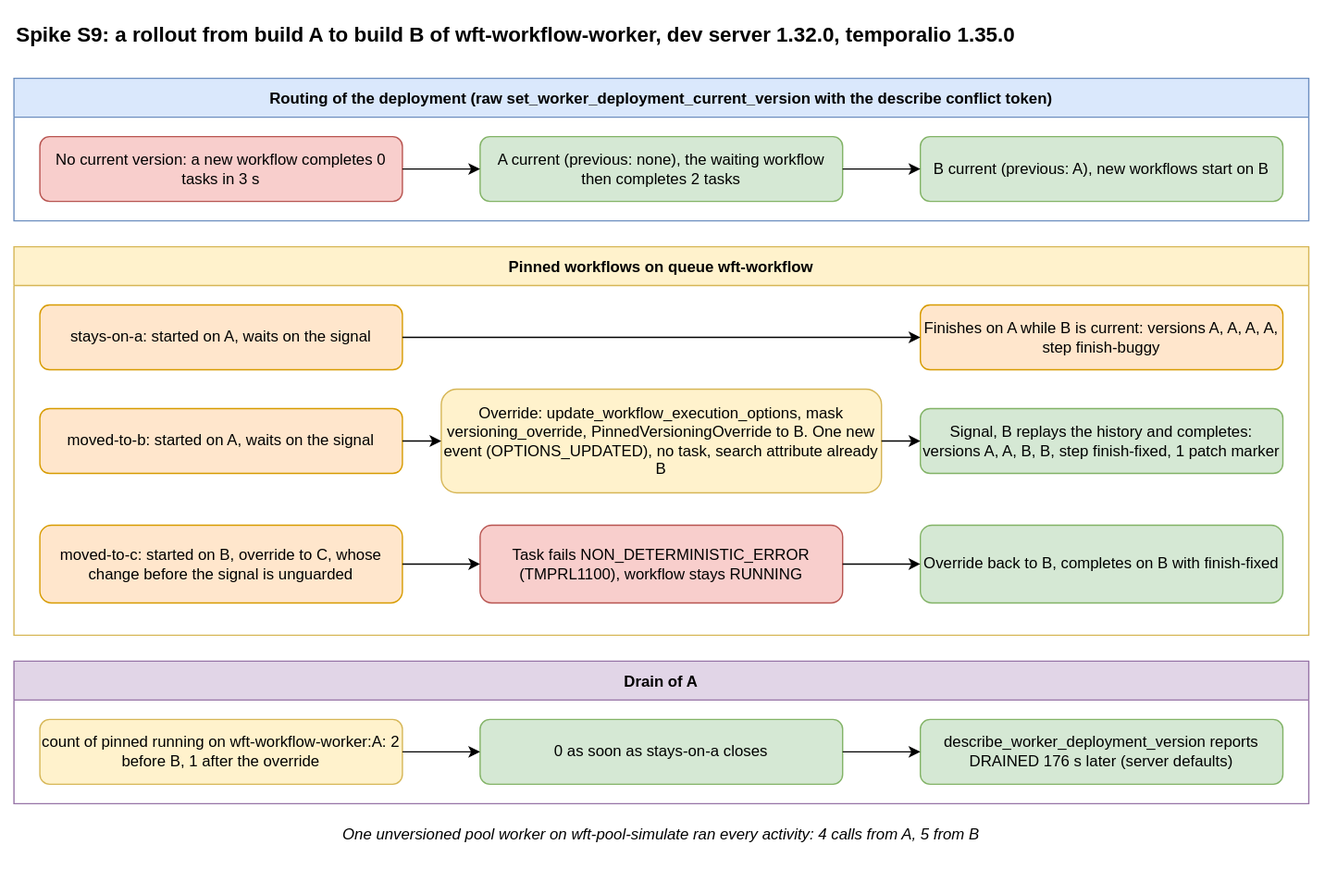
Above: docs/delivery/spikes/S9/versioning.drawio.svg in AndoNorth/disyard (draw.io), before the change. Source tidied: cells renumbered, new cells last; positions are measured from the earlier drawing's top-left corner, leaving out a move shared by most shapes.
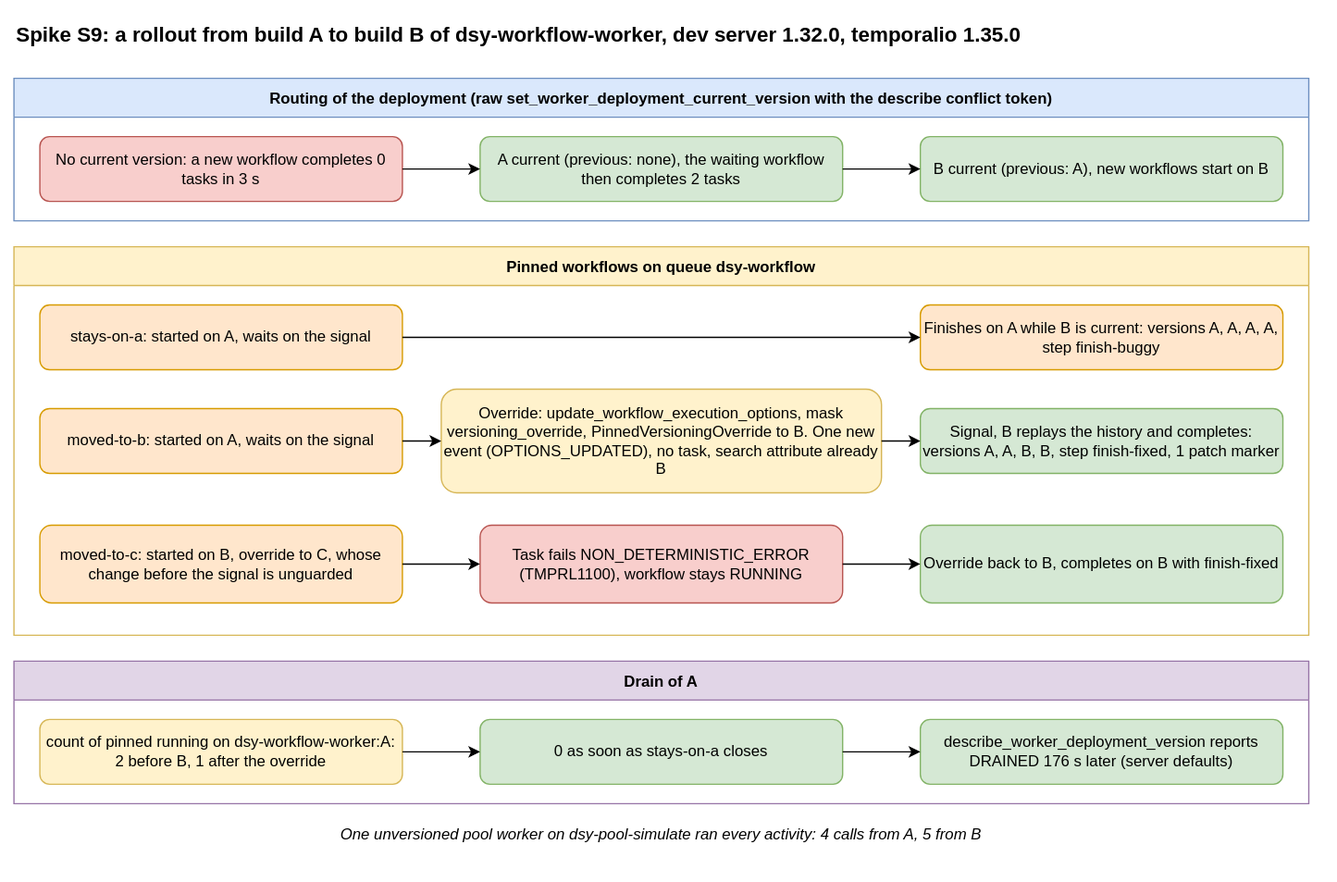
Above is the later version.

Change to the diagram source:
```diff
@@ -2,7 +2,7 @@
   <root>
     <mxCell id="0" />
     <mxCell id="1" parent="0" />
-    <mxCell id="2" value="Spike S9: a rollout from build A to build B of wft-workflow-worker, dev server 1.32.0, temporalio 1.35.0" style="text;html=1;fontSize=16;fontStyle=1;align=left;" parent="1" vertex="1">
+    <mxCell id="2" value="Spike S9: a rollout from build A to build B of dsy-workflow-worker, dev server 1.32.0, temporalio 1.35.0" style="text;html=1;fontSize=16;fontStyle=1;align=left;" parent="1" vertex="1">
       <mxGeometry width="1000" height="30" as="geometry" />
     </mxCell>
     <mxCell id="3" value="Routing of the deployment (raw set_worker_deployment_current_version with the describe conflict token)" style="swimlane;startSize=30;fillColor=#dae8fc;strokeColor=#6c8ebf;fontStyle=1;" parent="1" vertex="1">
@@ -23,7 +23,7 @@
     <mxCell id="8" style="edgeStyle=orthogonalEdgeStyle;html=1;" parent="3" edge="1" source="5" target="6">
       <mxGeometry relative="1" as="geometry" />
     </mxCell>
-    <mxCell id="9" value="Pinned workflows on queue wft-workflow" style="swimlane;startSize=30;fillColor=#fff2cc;strokeColor=#d6b656;fontStyle=1;" parent="1" vertex="1">
+    <mxCell id="9" value="Pinned workflows on queue dsy-workflow" style="swimlane;startSize=30;fillColor=#fff2cc;strokeColor=#d6b656;fontStyle=1;" parent="1" vertex="1">
       <mxGeometry y="180" width="1000" height="300" as="geometry" />
     </mxCell>
     <mxCell id="10" value="stays-on-a: started on A, waits on the signal" style="rounded=1;whiteSpace=wrap;html=1;fillColor=#ffe6cc;strokeColor=#d79b00;" parent="9" vertex="1">
@@ -68,7 +68,7 @@
     <mxCell id="23" value="Drain of A" style="swimlane;startSize=30;fillColor=#e1d5e7;strokeColor=#9673a6;fontStyle=1;" parent="1" vertex="1">
       <mxGeometry y="500" width="1000" height="110" as="geometry" />
     </mxCell>
-    <mxCell id="24" value="count of pinned running on wft-workflow-worker:A: 2 before B, 1 after the override" style="rounded=1;whiteSpace=wrap;html=1;fillColor=#fff2cc;strokeColor=#d6b656;" parent="23" vertex="1">
+    <mxCell id="24" value="count of pinned running on dsy-workflow-worker:A: 2 before B, 1 after the override" style="rounded=1;whiteSpace=wrap;html=1;fillColor=#fff2cc;strokeColor=#d6b656;" parent="23" vertex="1">
       <mxGeometry x="20" y="45" width="280" height="50" as="geometry" />
     </mxCell>
     <mxCell id="25" value="0 as soon as stays-on-a closes" style="rounded=1;whiteSpace=wrap;html=1;fillColor=#d5e8d4;strokeColor=#82b366;" parent="23" vertex="1">
@@ -83,7 +83,7 @@
     <mxCell id="28" style="edgeStyle=orthogonalEdgeStyle;html=1;" parent="23" edge="1" source="25" target="26">
       <mxGeometry relative="1" as="geometry" />
     </mxCell>
-    <mxCell id="29" value="One unversioned pool worker on wft-pool-simulate ran every activity: 4 calls from A, 5 from B" style="text;html=1;whiteSpace=wrap;align=center;fontStyle=2;" parent="1" vertex="1">
+    <mxCell id="29" value="One unversioned pool worker on dsy-pool-simulate ran every activity: 4 calls from A, 5 from B" style="text;html=1;whiteSpace=wrap;align=center;fontStyle=2;" parent="1" vertex="1">
       <mxGeometry y="620" width="1000" height="30" as="geometry" />
     </mxCell>
   </root>
```
